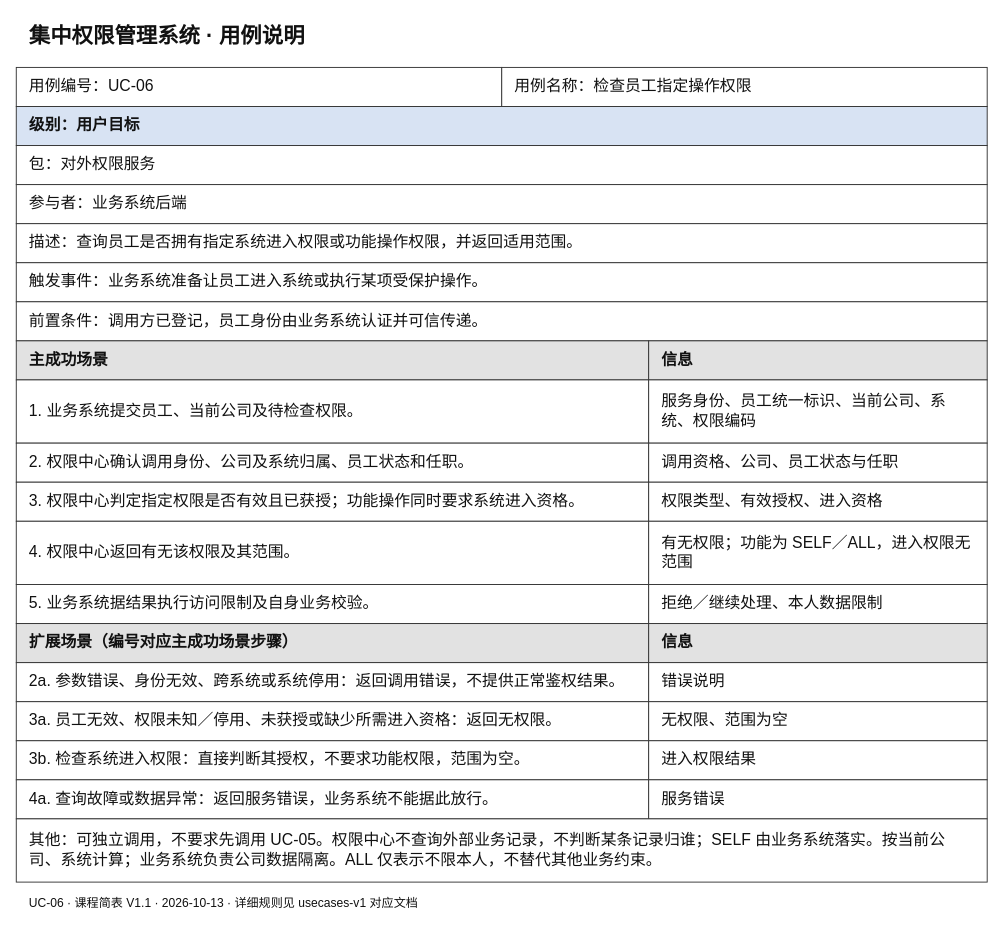
Earlier version of the draw.io diagram docs/按用例分类/UC-06_检查员工指定操作权限/课程简表.drawio (Noah-hope/RBAC-admin). Source tidied: cells renumbered, new cells numbered last; positions are measured from the earlier drawing's top-left corner, leaving out a move shared by most shapes. Both pictures are drawn from the tidied source at 93%, with x=0, y=0 at pixel (16, 16).
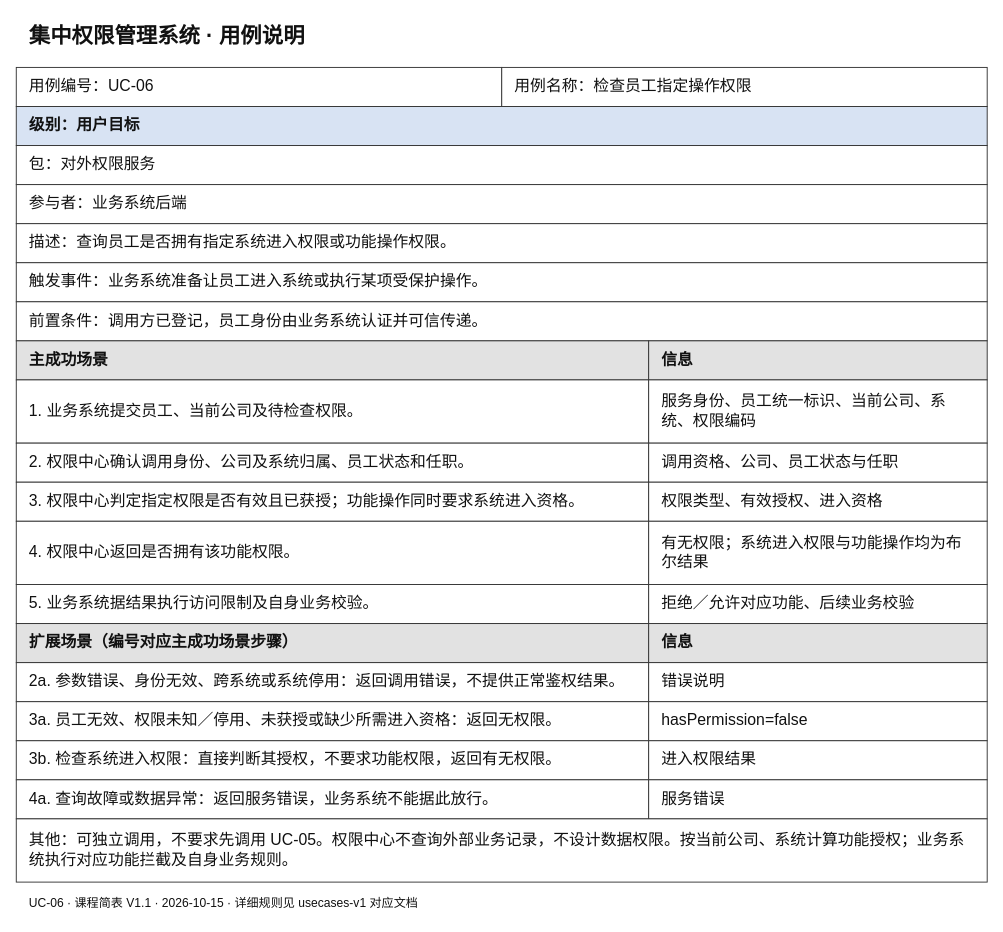
After the change.

The edit, as a diff of the source:
```diff
@@
-    <mxCell id="8" value="描述：查询员工是否拥有指定系统进入权限或功能操作权限，并返回适用范围。" style="rounded=0;whiteSpace=wrap;html=0;fontFamily=Microsoft YaHei;fontSize=17;fontColor=#111111;align=left;verticalAlign=middle;spacingLeft=12;spacingRight=12;spacingTop=8;spacingBottom=8;fillColor=#ffffff;strokeColor=#333333;fontStyle=0;" parent="1" vertex="1">
+    <mxCell id="8" value="描述：查询员工是否拥有指定系统进入权限或功能操作权限。" style="rounded=0;whiteSpace=wrap;html=0;fontFamily=Microsoft YaHei;fontSize=17;fontColor=#111111;align=left;verticalAlign=middle;spacingLeft=12;spacingRight=12;spacingTop=8;spacingBottom=8;fillColor=#ffffff;strokeColor=#333333;fontStyle=0;" parent="1" vertex="1">
       <mxGeometry y="223" width="1044" height="42" as="geometry" />
     </mxCell>
@@
-    <mxCell id="19" value="4. 权限中心返回有无该权限及其范围。" style="rounded=0;whiteSpace=wrap;html=0;fontFamily=Microsoft YaHei;fontSize=17;fontColor=#111111;align=left;verticalAlign=middle;spacingLeft=12;spacingRight=12;spacingTop=8;spacingBottom=8;fillColor=#ffffff;strokeColor=#333333;fontStyle=0;" parent="1" vertex="1">
+    <mxCell id="19" value="4. 权限中心返回是否拥有该功能权限。" style="rounded=0;whiteSpace=wrap;html=0;fontFamily=Microsoft YaHei;fontSize=17;fontColor=#111111;align=left;verticalAlign=middle;spacingLeft=12;spacingRight=12;spacingTop=8;spacingBottom=8;fillColor=#ffffff;strokeColor=#333333;fontStyle=0;" parent="1" vertex="1">
       <mxGeometry y="543" width="680" height="68" as="geometry" />
     </mxCell>
-    <mxCell id="20" value="有无权限；功能为 SELF／ALL，进入权限无范围" style="rounded=0;whiteSpace=wrap;html=0;fontFamily=Microsoft YaHei;fontSize=17;fontColor=#111111;align=left;verticalAlign=middle;spacingLeft=12;spacingRight=12;spacingTop=8;spacingBottom=8;fillColor=#ffffff;strokeColor=#333333;fontStyle=0;" parent="1" vertex="1">
+    <mxCell id="20" value="有无权限；系统进入权限与功能操作均为布尔结果" style="rounded=0;whiteSpace=wrap;html=0;fontFamily=Microsoft YaHei;fontSize=17;fontColor=#111111;align=left;verticalAlign=middle;spacingLeft=12;spacingRight=12;spacingTop=8;spacingBottom=8;fillColor=#ffffff;strokeColor=#333333;fontStyle=0;" parent="1" vertex="1">
       <mxGeometry x="680" y="543" width="364" height="68" as="geometry" />
     </mxCell>
@@
-    <mxCell id="22" value="拒绝／继续处理、本人数据限制" style="rounded=0;whiteSpace=wrap;html=0;fontFamily=Microsoft YaHei;fontSize=17;fontColor=#111111;align=left;verticalAlign=middle;spacingLeft=12;spacingRight=12;spacingTop=8;spacingBottom=8;fillColor=#ffffff;strokeColor=#333333;fontStyle=0;" parent="1" vertex="1">
+    <mxCell id="22" value="拒绝／允许对应功能、后续业务校验" style="rounded=0;whiteSpace=wrap;html=0;fontFamily=Microsoft YaHei;fontSize=17;fontColor=#111111;align=left;verticalAlign=middle;spacingLeft=12;spacingRight=12;spacingTop=8;spacingBottom=8;fillColor=#ffffff;strokeColor=#333333;fontStyle=0;" parent="1" vertex="1">
       <mxGeometry x="680" y="611" width="364" height="42" as="geometry" />
     </mxCell>
@@
-    <mxCell id="28" value="无权限、范围为空" style="rounded=0;whiteSpace=wrap;html=0;fontFamily=Microsoft YaHei;fontSize=17;fontColor=#111111;align=left;verticalAlign=middle;spacingLeft=12;spacingRight=12;spacingTop=8;spacingBottom=8;fillColor=#ffffff;strokeColor=#333333;fontStyle=0;" parent="1" vertex="1">
+    <mxCell id="28" value="hasPermission=false" style="rounded=0;whiteSpace=wrap;html=0;fontFamily=Microsoft YaHei;fontSize=17;fontColor=#111111;align=left;verticalAlign=middle;spacingLeft=12;spacingRight=12;spacingTop=8;spacingBottom=8;fillColor=#ffffff;strokeColor=#333333;fontStyle=0;" parent="1" vertex="1">
       <mxGeometry x="680" y="737" width="364" height="42" as="geometry" />
     </mxCell>
-    <mxCell id="29" value="3b. 检查系统进入权限：直接判断其授权，不要求功能权限，范围为空。" style="rounded=0;whiteSpace=wrap;html=0;fontFamily=Microsoft YaHei;fontSize=17;fontColor=#111111;align=left;verticalAlign=middle;spacingLeft=12;spacingRight=12;spacingTop=8;spacingBottom=8;fillColor=#ffffff;strokeColor=#333333;fontStyle=0;" parent="1" vertex="1">
+    <mxCell id="29" value="3b. 检查系统进入权限：直接判断其授权，不要求功能权限，返回有无权限。" style="rounded=0;whiteSpace=wrap;html=0;fontFamily=Microsoft YaHei;fontSize=17;fontColor=#111111;align=left;verticalAlign=middle;spacingLeft=12;spacingRight=12;spacingTop=8;spacingBottom=8;fillColor=#ffffff;strokeColor=#333333;fontStyle=0;" parent="1" vertex="1">
       <mxGeometry y="779" width="680" height="42" as="geometry" />
     </mxCell>
@@
-    <mxCell id="33" value="其他：可独立调用，不要求先调用 UC-05。权限中心不查询外部业务记录，不判断某条记录归谁；SELF 由业务系统落实。按当前公司、系统计算；业务系统负责公司数据隔离。ALL 仅表示不限本人，不替代其他业务约束。" style="rounded=0;whiteSpace=wrap;html=0;fontFamily=Microsoft YaHei;fontSize=17;fontColor=#111111;align=left;verticalAlign=middle;spacingLeft=12;spacingRight=12;spacingTop=8;spacingBottom=8;fillColor=#ffffff;strokeColor=#333333;fontStyle=0;" parent="1" vertex="1">
+    <mxCell id="33" value="其他：可独立调用，不要求先调用 UC-05。权限中心不查询外部业务记录，不设计数据权限。按当前公司、系统计算功能授权；业务系统执行对应功能拦截及自身业务规则。" style="rounded=0;whiteSpace=wrap;html=0;fontFamily=Microsoft YaHei;fontSize=17;fontColor=#111111;align=left;verticalAlign=middle;spacingLeft=12;spacingRight=12;spacingTop=8;spacingBottom=8;fillColor=#ffffff;strokeColor=#333333;fontStyle=0;" parent="1" vertex="1">
       <mxGeometry y="863" width="1044" height="68" as="geometry" />
     </mxCell>
-    <mxCell id="34" value="UC-06 · 课程简表 V1.1 · 2026-10-13 · 详细规则见 usecases-v1 对应文档" style="rounded=0;whiteSpace=wrap;html=0;fontFamily=Microsoft YaHei;fontSize=13;fontColor=#111111;align=left;verticalAlign=middle;spacingLeft=12;spacingRight=12;spacingTop=8;spacingBottom=8;fillColor=#ffffff;strokeColor=none;fontStyle=0;" parent="1" vertex="1">
+    <mxCell id="34" value="UC-06 · 课程简表 V1.1 · 2026-10-15 · 详细规则见 usecases-v1 对应文档" style="rounded=0;whiteSpace=wrap;html=0;fontFamily=Microsoft YaHei;fontSize=13;fontColor=#111111;align=left;verticalAlign=middle;spacingLeft=12;spacingRight=12;spacingTop=8;spacingBottom=8;fillColor=#ffffff;strokeColor=none;fontStyle=0;" parent="1" vertex="1">
       <mxGeometry y="938" width="1044" height="30" as="geometry" />
     </mxCell>
```
